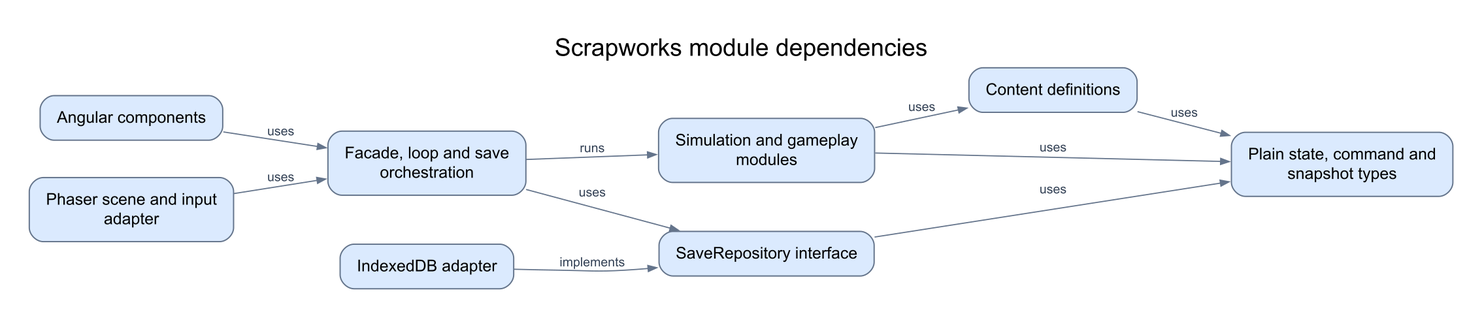
This is docs/diagrams/module-dependencies.png from Googlproxer/Scrapworks, a Mermaid export, as it was before one commit. Its source is kept beside it as docs/diagrams/src/module-dependencies.mmd. Source of this version:
```mermaid
flowchart LR
    Angular[Angular components]
    Phaser[Phaser scene and input adapter]
    IndexedDb[IndexedDB adapter]
    Application[Facade, loop and save orchestration]
    Simulation[Simulation and gameplay modules]
    Content[Content definitions]
    Model[Plain state, command and snapshot types]
    Port[SaveRepository interface]

    Angular -->|uses| Application
    Phaser -->|uses| Application
    Application -->|runs| Simulation
    Application -->|uses| Port
    IndexedDb -->|implements| Port
    Port -->|uses| Model
    Simulation -->|uses| Content
    Simulation -->|uses| Model
    Content -->|uses| Model
```
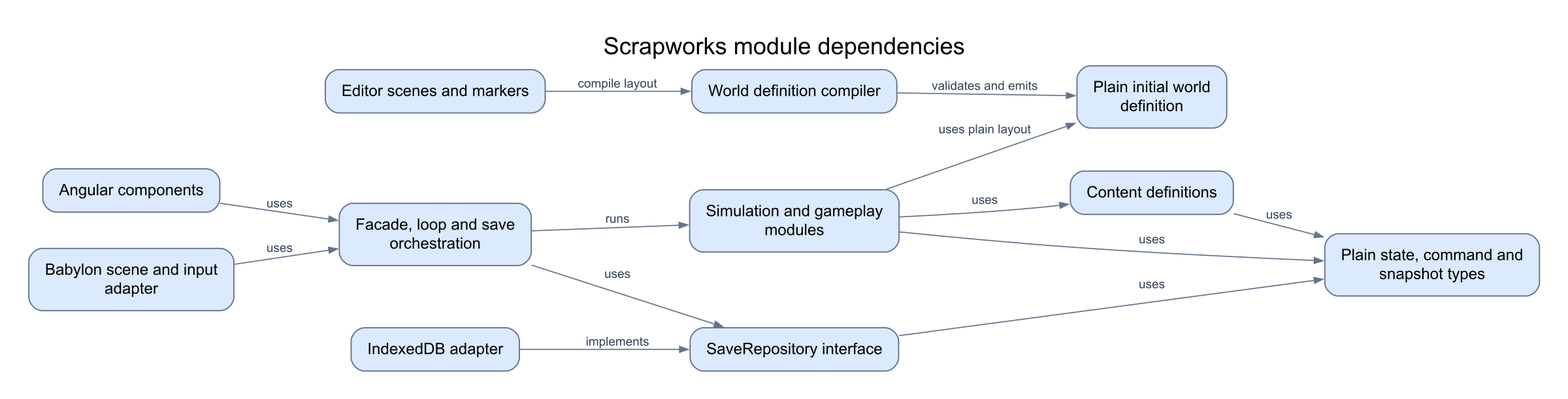
After the commit.

Change to the diagram source:
```diff
@@ -1,6 +1,9 @@
 flowchart LR
     Angular[Angular components]
-    Phaser[Phaser scene and input adapter]
+    Babylon[Babylon scene and input adapter]
+    Editor[Editor scenes and markers]
+    Compiler[World definition compiler]
+    Definition[Plain initial world definition]
     IndexedDb[IndexedDB adapter]
     Application[Facade, loop and save orchestration]
     Simulation[Simulation and gameplay modules]
@@ -8,8 +11,11 @@
     Model[Plain state, command and snapshot types]
     Port[SaveRepository interface]
 
+    Editor -->|compile layout| Compiler
+    Compiler -->|validates and emits| Definition
+    Simulation -->|uses plain layout| Definition
     Angular -->|uses| Application
-    Phaser -->|uses| Application
+    Babylon -->|uses| Application
     Application -->|runs| Simulation
     Application -->|uses| Port
     IndexedDb -->|implements| Port
```
